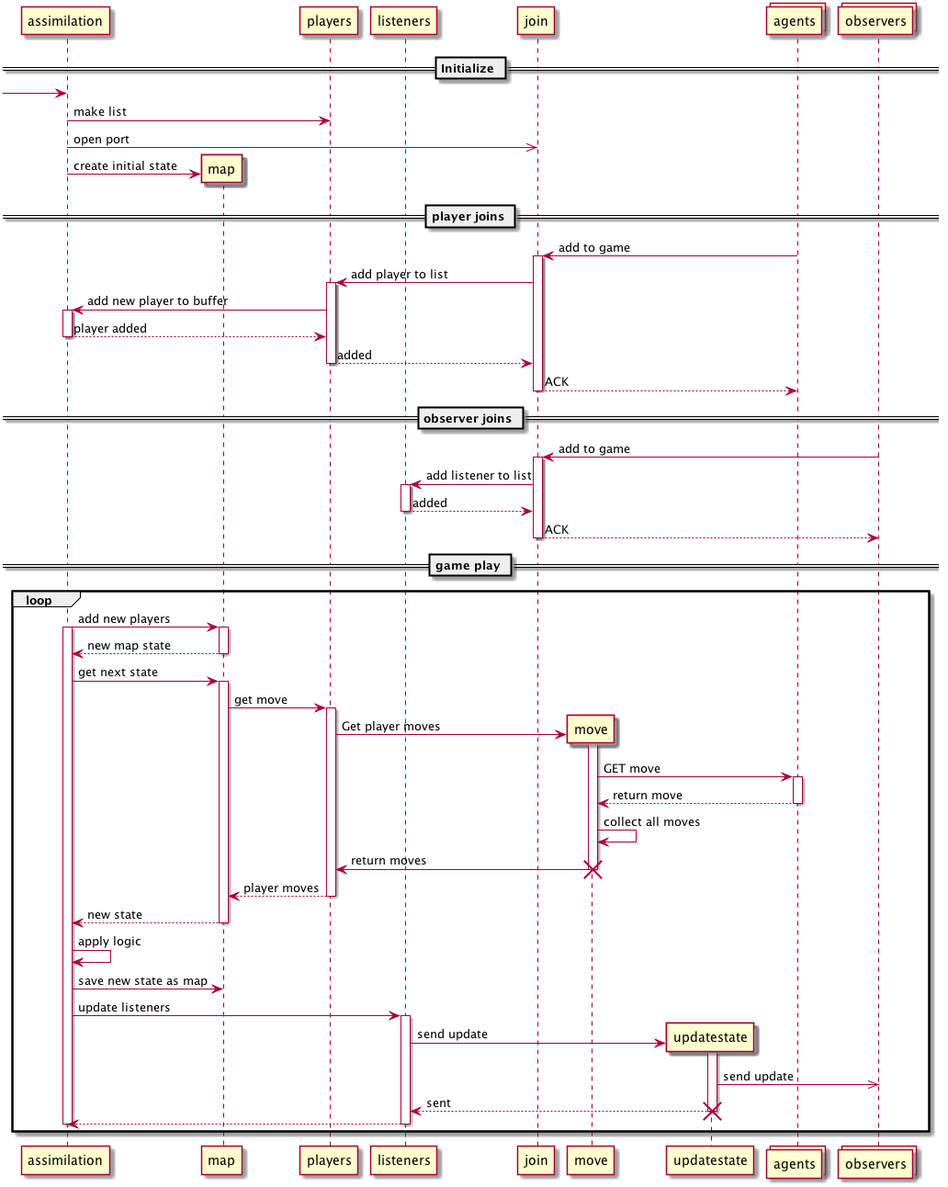
Raivias/assimilation keeps this PlantUML diagram as docs/sequence.png. Above is the earlier version.
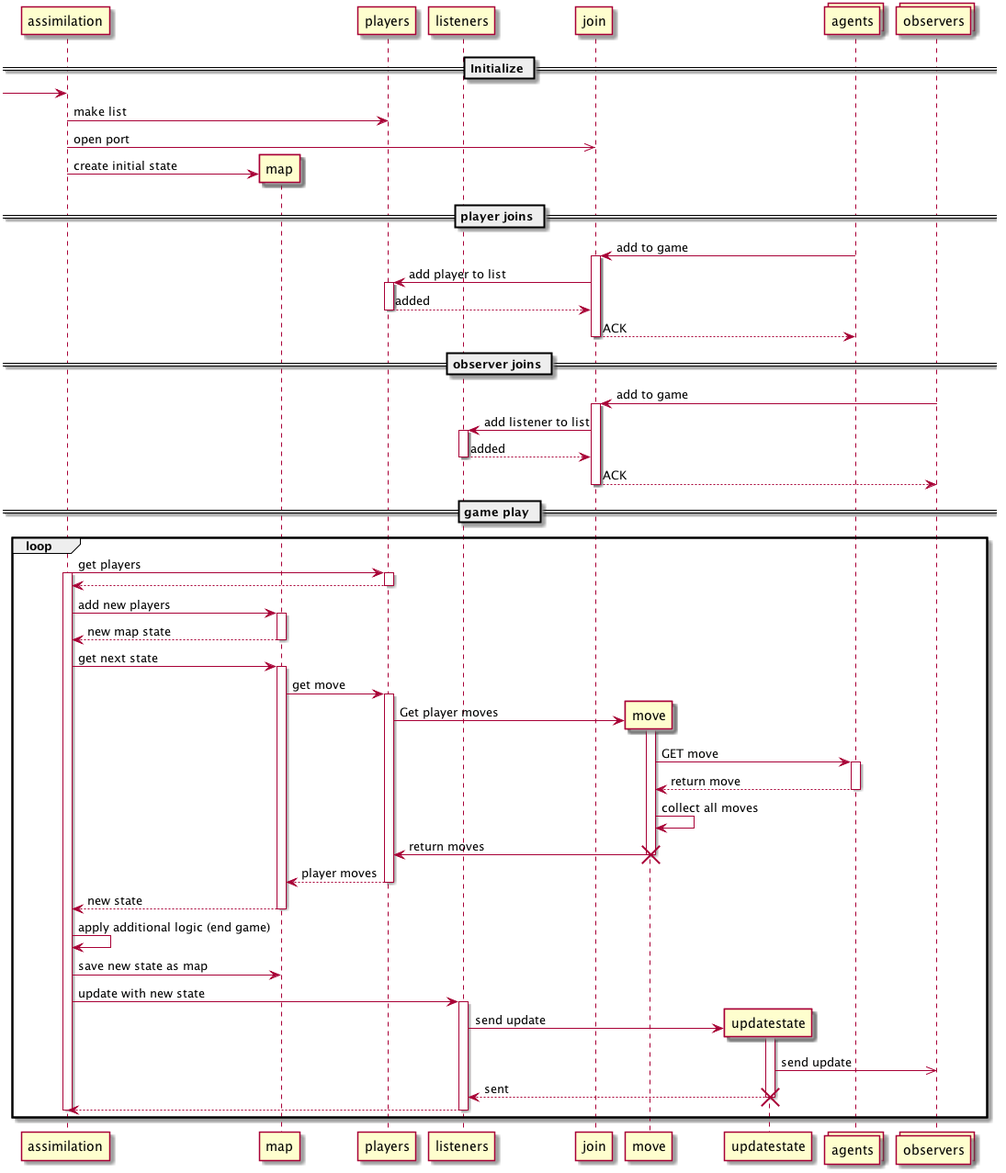
After the change.

Change to the diagram source:
```diff
@@ -21,10 +21,6 @@
 activate join
 join -> pl : add player to list
 activate pl
-pl -> assimilation : add new player to buffer
-activate assimilation
-assimilation --> pl : player added
-deactivate assimilation
 pl --> join : added
 deactivate pl
 join --> agents : ACK
@@ -42,8 +38,13 @@
 
 == game play ==
 loop
+  assimilation -> pl : get players
+  activate assimilation
+  activate pl
+  pl --> assimilation
+  deactivate pl
+
   assimilation -> map : add new players
-  activate assimilation
   activate map
   map --> assimilation : new map state
   deactivate map
@@ -67,10 +68,10 @@
   map --> assimilation : new state
   deactivate map
 
-  assimilation -> assimilation : apply logic
+  assimilation -> assimilation : apply additional logic (end game)
   assimilation -> map : save new state as map
 
-  assimilation -> listeners : update listeners
+  assimilation -> listeners : update with new state
   activate listeners
   create updatestate
   listeners -> updatestate : send update
```
